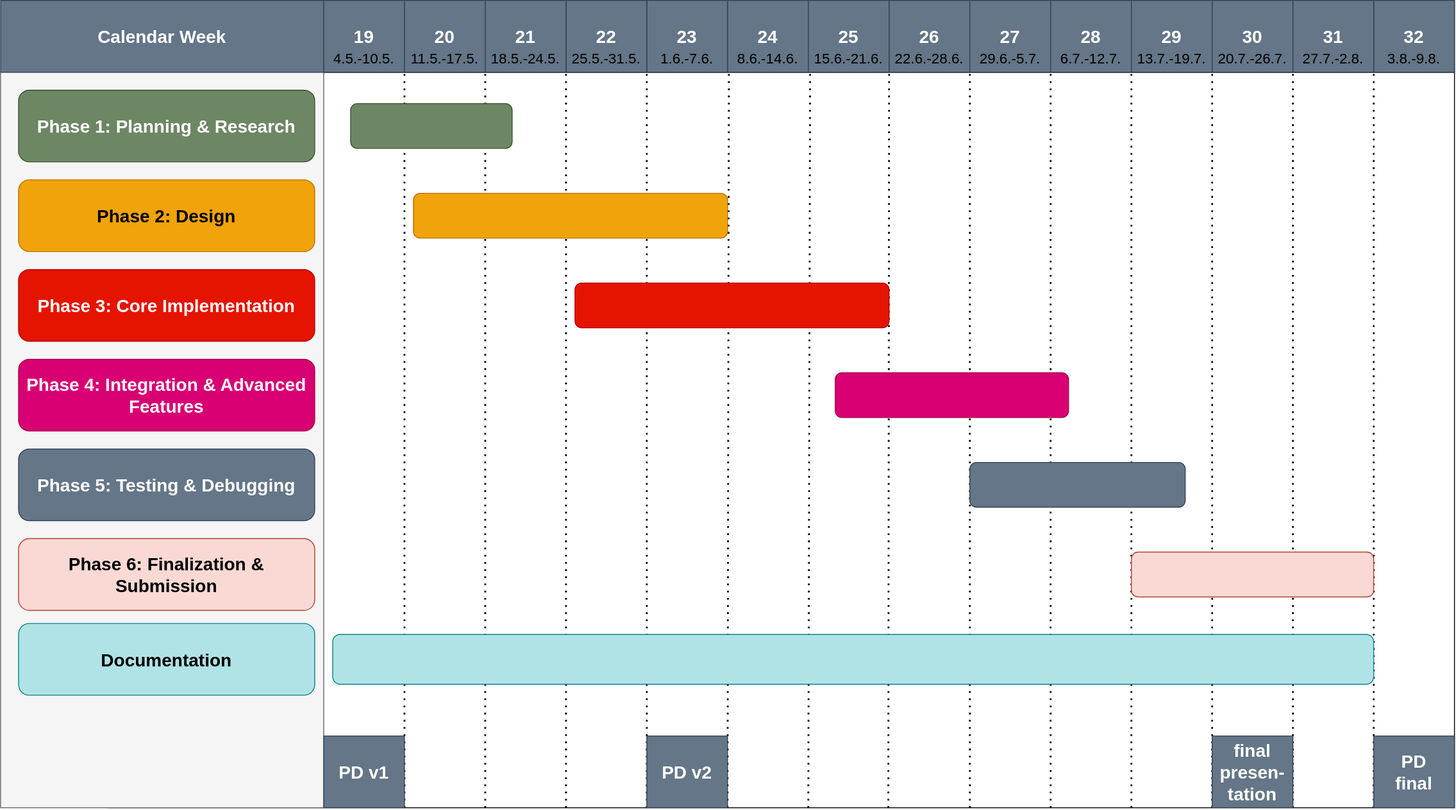
maikeherzog/KP_VIT keeps this draw.io diagram as images/gantt chart.drawio.svg. Above is the earlier version. Source tidied: cells renumbered, new cells last; positions are measured from the earlier drawing's top-left corner, leaving out a move shared by most shapes. Its diagram source:
```xml
<mxGraphModel>
  <root>
    <mxCell id="0" />
    <mxCell id="1" parent="0" />
    <mxCell id="2" style="rounded=0;whiteSpace=wrap;html=1;" parent="1" vertex="1">
      <mxGeometry x="120" y="80" width="1500" height="820" as="geometry" />
    </mxCell>
    <mxCell id="3" style="rounded=0;whiteSpace=wrap;html=1;fillColor=#f5f5f5;fontColor=#333333;strokeColor=#666666;" parent="1" vertex="1">
      <mxGeometry y="80" width="360" height="820" as="geometry" />
    </mxCell>
    <mxCell id="4" style="rounded=0;whiteSpace=wrap;html=1;" parent="1" vertex="1">
      <mxGeometry x="360" width="1260" height="80" as="geometry" />
    </mxCell>
    <mxCell id="5" value="Calendar Week" style="rounded=0;whiteSpace=wrap;html=1;fontStyle=1;fontSize=20;fillColor=#647687;fontColor=#ffffff;strokeColor=#314354;align=center;" parent="1" vertex="1">
      <mxGeometry width="360" height="80" as="geometry" />
    </mxCell>
    <mxCell id="6" value="19" style="rounded=0;whiteSpace=wrap;html=1;fontStyle=1;fontSize=20;fillColor=#647687;fontColor=#ffffff;strokeColor=#314354;" parent="1" vertex="1">
      <mxGeometry x="360" width="90" height="80" as="geometry" />
    </mxCell>
    <mxCell id="7" value="20" style="rounded=0;whiteSpace=wrap;html=1;fontStyle=1;fontSize=20;fillColor=#647687;fontColor=#ffffff;strokeColor=#314354;" parent="1" vertex="1">
      <mxGeometry x="450" width="90" height="80" as="geometry" />
    </mxCell>
    <mxCell id="8" value="26" style="rounded=0;whiteSpace=wrap;html=1;fontStyle=1;fontSize=20;fillColor=#647687;fontColor=#ffffff;strokeColor=#314354;" parent="1" vertex="1">
      <mxGeometry x="990" width="90" height="80" as="geometry" />
    </mxCell>
    <mxCell id="9" value="24" style="rounded=0;whiteSpace=wrap;html=1;fontStyle=1;fontSize=20;fillColor=#647687;fontColor=#ffffff;strokeColor=#314354;" parent="1" vertex="1">
      <mxGeometry x="810" width="90" height="80" as="geometry" />
    </mxCell>
    <mxCell id="10" value="23" style="rounded=0;whiteSpace=wrap;html=1;fontStyle=1;fontSize=20;fillColor=#647687;fontColor=#ffffff;strokeColor=#314354;" parent="1" vertex="1">
      <mxGeometry x="720" width="90" height="80" as="geometry" />
    </mxCell>
    <mxCell id="11" value="22" style="rounded=0;whiteSpace=wrap;html=1;fontStyle=1;fontSize=20;fillColor=#647687;fontColor=#ffffff;strokeColor=#314354;" parent="1" vertex="1">
      <mxGeometry x="630" width="90" height="80" as="geometry" />
    </mxCell>
    <mxCell id="12" value="21" style="rounded=0;whiteSpace=wrap;html=1;fontStyle=1;fontSize=20;fillColor=#647687;fontColor=#ffffff;strokeColor=#314354;" parent="1" vertex="1">
      <mxGeometry x="540" width="90" height="80" as="geometry" />
    </mxCell>
    <mxCell id="13" value="27" style="rounded=0;whiteSpace=wrap;html=1;fontStyle=1;fontSize=20;fillColor=#647687;fontColor=#ffffff;strokeColor=#314354;" parent="1" vertex="1">
      <mxGeometry x="1080" width="90" height="80" as="geometry" />
    </mxCell>
    <mxCell id="14" value="28" style="rounded=0;whiteSpace=wrap;html=1;fontStyle=1;fontSize=20;fillColor=#647687;fontColor=#ffffff;strokeColor=#314354;" parent="1" vertex="1">
      <mxGeometry x="1170" width="90" height="80" as="geometry" />
    </mxCell>
    <mxCell id="15" value="25" style="rounded=0;whiteSpace=wrap;html=1;fontStyle=1;fontSize=20;fillColor=#647687;fontColor=#ffffff;strokeColor=#314354;" parent="1" vertex="1">
      <mxGeometry x="900" width="90" height="80" as="geometry" />
    </mxCell>
    <mxCell id="16" value="29" style="rounded=0;whiteSpace=wrap;html=1;fontStyle=1;fontSize=20;fillColor=#647687;fontColor=#ffffff;strokeColor=#314354;" parent="1" vertex="1">
      <mxGeometry x="1260" width="90" height="80" as="geometry" />
    </mxCell>
    <mxCell id="17" value="30" style="rounded=0;whiteSpace=wrap;html=1;fontStyle=1;fontSize=20;fillColor=#647687;fontColor=#ffffff;strokeColor=#314354;" parent="1" vertex="1">
      <mxGeometry x="1350" width="90" height="80" as="geometry" />
    </mxCell>
    <mxCell id="18" value="32" style="rounded=0;whiteSpace=wrap;html=1;fontStyle=1;fontSize=20;fillColor=#647687;fontColor=#ffffff;strokeColor=#314354;" parent="1" vertex="1">
      <mxGeometry x="1530" width="90" height="80" as="geometry" />
    </mxCell>
    <mxCell id="19" value="31" style="rounded=0;whiteSpace=wrap;html=1;fontStyle=1;fontSize=20;fillColor=#647687;fontColor=#ffffff;strokeColor=#314354;" parent="1" vertex="1">
      <mxGeometry x="1440" width="90" height="80" as="geometry" />
    </mxCell>
    <mxCell id="20" style="endArrow=none;dashed=1;html=1;dashPattern=1 3;strokeWidth=2;rounded=0;entryX=0;entryY=1;entryDx=0;entryDy=0;exitX=0.22;exitY=1;exitDx=0;exitDy=0;exitPerimeter=0;" parent="1" edge="1" source="2" target="7">
      <mxGeometry relative="1" as="geometry" />
    </mxCell>
    <mxCell id="21" style="endArrow=none;dashed=1;html=1;dashPattern=1 3;strokeWidth=2;rounded=0;entryX=0.28;entryY=0;entryDx=0;entryDy=0;exitX=0.22;exitY=1;exitDx=0;exitDy=0;exitPerimeter=0;entryPerimeter=0;" parent="1" edge="1" target="2">
      <mxGeometry relative="1" as="geometry">
        <mxPoint x="540" y="900" as="sourcePoint" />
      </mxGeometry>
    </mxCell>
    <mxCell id="22" style="endArrow=none;dashed=1;html=1;dashPattern=1 3;strokeWidth=2;rounded=0;entryX=0.34;entryY=0.002;entryDx=0;entryDy=0;exitX=0.22;exitY=1;exitDx=0;exitDy=0;exitPerimeter=0;entryPerimeter=0;" parent="1" edge="1" target="2">
      <mxGeometry relative="1" as="geometry">
        <mxPoint x="630" y="900" as="sourcePoint" />
      </mxGeometry>
    </mxCell>
    <mxCell id="23" style="endArrow=none;dashed=1;html=1;dashPattern=1 3;strokeWidth=2;rounded=0;entryX=0.4;entryY=0;entryDx=0;entryDy=0;exitX=0.22;exitY=1;exitDx=0;exitDy=0;exitPerimeter=0;entryPerimeter=0;" parent="1" edge="1" target="2">
      <mxGeometry relative="1" as="geometry">
        <mxPoint x="720" y="900" as="sourcePoint" />
      </mxGeometry>
    </mxCell>
    <mxCell id="24" style="endArrow=none;dashed=1;html=1;dashPattern=1 3;strokeWidth=2;rounded=0;entryX=0.461;entryY=0;entryDx=0;entryDy=0;exitX=0.22;exitY=1;exitDx=0;exitDy=0;exitPerimeter=0;entryPerimeter=0;" parent="1" edge="1" target="2">
      <mxGeometry relative="1" as="geometry">
        <mxPoint x="810" y="900" as="sourcePoint" />
      </mxGeometry>
    </mxCell>
    <mxCell id="25" style="endArrow=none;dashed=1;html=1;dashPattern=1 3;strokeWidth=2;rounded=0;exitX=0.22;exitY=1;exitDx=0;exitDy=0;exitPerimeter=0;" parent="1" edge="1">
      <mxGeometry relative="1" as="geometry">
        <mxPoint x="900" y="900" as="sourcePoint" />
        <mxPoint x="902" y="80" as="targetPoint" />
      </mxGeometry>
    </mxCell>
    <mxCell id="26" style="endArrow=none;dashed=1;html=1;dashPattern=1 3;strokeWidth=2;rounded=0;entryX=0.58;entryY=0;entryDx=0;entryDy=0;exitX=0.22;exitY=1;exitDx=0;exitDy=0;exitPerimeter=0;entryPerimeter=0;" parent="1" edge="1" target="2">
      <mxGeometry relative="1" as="geometry">
        <mxPoint x="989.2" y="900" as="sourcePoint" />
      </mxGeometry>
    </mxCell>
    <mxCell id="27" style="endArrow=none;dashed=1;html=1;dashPattern=1 3;strokeWidth=2;rounded=0;entryX=0.64;entryY=-0.002;entryDx=0;entryDy=0;exitX=0.22;exitY=1;exitDx=0;exitDy=0;exitPerimeter=0;entryPerimeter=0;" parent="1" edge="1" target="2">
      <mxGeometry relative="1" as="geometry">
        <mxPoint x="1080" y="900" as="sourcePoint" />
      </mxGeometry>
    </mxCell>
    <mxCell id="28" style="endArrow=none;dashed=1;html=1;dashPattern=1 3;strokeWidth=2;rounded=0;entryX=0.7;entryY=-0.001;entryDx=0;entryDy=0;exitX=0.22;exitY=1;exitDx=0;exitDy=0;exitPerimeter=0;entryPerimeter=0;" parent="1" edge="1" target="2">
      <mxGeometry relative="1" as="geometry">
        <mxPoint x="1170" y="900" as="sourcePoint" />
      </mxGeometry>
    </mxCell>
    <mxCell id="29" style="endArrow=none;dashed=1;html=1;dashPattern=1 3;strokeWidth=2;rounded=0;entryX=0.76;entryY=-0.001;entryDx=0;entryDy=0;exitX=0.22;exitY=1;exitDx=0;exitDy=0;exitPerimeter=0;entryPerimeter=0;" parent="1" edge="1" target="2">
      <mxGeometry relative="1" as="geometry">
        <mxPoint x="1260" y="900" as="sourcePoint" />
      </mxGeometry>
    </mxCell>
    <mxCell id="30" style="endArrow=none;dashed=1;html=1;dashPattern=1 3;strokeWidth=2;rounded=0;entryX=0.82;entryY=-0.001;entryDx=0;entryDy=0;exitX=0.22;exitY=1;exitDx=0;exitDy=0;exitPerimeter=0;entryPerimeter=0;" parent="1" edge="1" target="2">
      <mxGeometry relative="1" as="geometry">
        <mxPoint x="1350" y="900" as="sourcePoint" />
      </mxGeometry>
    </mxCell>
    <mxCell id="31" style="endArrow=none;dashed=1;html=1;dashPattern=1 3;strokeWidth=2;rounded=0;exitX=0.22;exitY=1;exitDx=0;exitDy=0;exitPerimeter=0;entryX=0.88;entryY=-0.001;entryDx=0;entryDy=0;entryPerimeter=0;" parent="1" edge="1" target="2">
      <mxGeometry relative="1" as="geometry">
        <mxPoint x="1440" y="900" as="sourcePoint" />
      </mxGeometry>
    </mxCell>
    <mxCell id="32" style="endArrow=none;dashed=1;html=1;dashPattern=1 3;strokeWidth=2;rounded=0;entryX=0.94;entryY=0;entryDx=0;entryDy=0;exitX=0.22;exitY=1;exitDx=0;exitDy=0;exitPerimeter=0;entryPerimeter=0;" parent="1" edge="1" target="2">
      <mxGeometry relative="1" as="geometry">
        <mxPoint x="1530" y="900" as="sourcePoint" />
      </mxGeometry>
    </mxCell>
    <mxCell id="33" value="Phase 1: Planning &amp;amp; Research" style="rounded=1;whiteSpace=wrap;html=1;fontSize=20;fontStyle=1;fillColor=light-dark(#6D8764,#2B6A2B);strokeColor=#3A5431;fontColor=light-dark(#FFFFFF,#FFFFFF);" parent="1" vertex="1">
      <mxGeometry x="20" y="100" width="330" height="80" as="geometry" />
    </mxCell>
    <mxCell id="34" style="rounded=1;whiteSpace=wrap;html=1;fontSize=20;fontStyle=1;fillColor=light-dark(#6D8764,#2B6A2B);strokeColor=#3A5431;fontColor=light-dark(#FFFFFF,#FFFFFF);" parent="1" vertex="1">
      <mxGeometry x="390" y="115" width="180" height="50" as="geometry" />
    </mxCell>
    <mxCell id="35" value="Phase 2: Design" style="rounded=1;whiteSpace=wrap;html=1;fontSize=20;fontStyle=1;fillColor=#f0a30a;strokeColor=light-dark(#BD7000,#FFBE63);fontColor=#000000;" parent="1" vertex="1">
      <mxGeometry x="20" y="200" width="330" height="80" as="geometry" />
    </mxCell>
    <mxCell id="36" style="rounded=1;whiteSpace=wrap;html=1;fontSize=20;fontStyle=1;fillColor=#f0a30a;strokeColor=light-dark(#BD7000,#FFBE63);fontColor=#000000;" parent="1" vertex="1">
      <mxGeometry x="460" y="215" width="350" height="50" as="geometry" />
    </mxCell>
    <mxCell id="37" value="Phase 3: Core Implementation" style="rounded=1;whiteSpace=wrap;html=1;fontSize=20;fontStyle=1;fillColor=light-dark(#E51400,#B93D3D);strokeColor=#B20000;fontColor=light-dark(#FFFFFF,#FFFFFF);" parent="1" vertex="1">
      <mxGeometry x="20" y="300" width="330" height="80" as="geometry" />
    </mxCell>
    <mxCell id="38" style="rounded=1;whiteSpace=wrap;html=1;fontSize=20;fontStyle=1;fillColor=light-dark(#E51400,#B93D3D);strokeColor=#B20000;fontColor=light-dark(#FFFFFF,#FFFFFF);" parent="1" vertex="1">
      <mxGeometry x="640" y="315" width="350" height="50" as="geometry" />
    </mxCell>
    <mxCell id="39" value="Phase 4: Integration &amp;amp; Advanced Features" style="rounded=1;whiteSpace=wrap;html=1;fontSize=20;fontStyle=1;fillColor=#d80073;strokeColor=#A50040;fontColor=#ffffff;" parent="1" vertex="1">
      <mxGeometry x="20" y="400" width="330" height="80" as="geometry" />
    </mxCell>
    <mxCell id="40" style="rounded=1;whiteSpace=wrap;html=1;fontSize=20;fontStyle=1;fillColor=#d80073;strokeColor=#A50040;fontColor=#ffffff;" parent="1" vertex="1">
      <mxGeometry x="930" y="415" width="260" height="50" as="geometry" />
    </mxCell>
    <mxCell id="41" value="Phase 5: Testing &amp;amp; Debugging" style="rounded=1;whiteSpace=wrap;html=1;fontSize=20;fontStyle=1;fillColor=light-dark(#647687,#4F5961);strokeColor=#314354;fontColor=light-dark(#FFFFFF,#FFFFFF);" parent="1" vertex="1">
      <mxGeometry x="20" y="500" width="330" height="80" as="geometry" />
    </mxCell>
    <mxCell id="42" style="rounded=1;whiteSpace=wrap;html=1;fontSize=20;fontStyle=1;fillColor=light-dark(#647687,#4F5961);strokeColor=#314354;fontColor=light-dark(#FFFFFF,#FFFFFF);" parent="1" vertex="1">
      <mxGeometry x="1080" y="515" width="240" height="50" as="geometry" />
    </mxCell>
    <mxCell id="43" value="Phase 6: Finalization &amp;amp; Submission" style="rounded=1;whiteSpace=wrap;html=1;fontSize=20;fontStyle=1;fillColor=light-dark(#FAD9D5,#7E29AF);strokeColor=light-dark(#AE4132,#CD91FF);" parent="1" vertex="1">
      <mxGeometry x="20" y="600" width="330" height="80" as="geometry" />
    </mxCell>
    <mxCell id="44" style="rounded=1;whiteSpace=wrap;html=1;fontSize=20;fontStyle=1;fillColor=light-dark(#FAD9D5,#7E29AF);strokeColor=light-dark(#AE4132,#CD91FF);" parent="1" vertex="1">
      <mxGeometry x="1260" y="615" width="270" height="50" as="geometry" />
    </mxCell>
    <mxCell id="45" value="Documentation" style="rounded=1;whiteSpace=wrap;html=1;fontSize=20;fontStyle=1;fillColor=light-dark(#B0E3E6,#004141);strokeColor=#0e8088;" parent="1" vertex="1">
      <mxGeometry x="20" y="694.5" width="330" height="80" as="geometry" />
    </mxCell>
    <mxCell id="46" style="rounded=1;whiteSpace=wrap;html=1;fontSize=20;fontStyle=1;fillColor=light-dark(#B0E3E6,#004141);strokeColor=#0e8088;" parent="1" vertex="1">
      <mxGeometry x="370" y="706.8" width="1160" height="55.5" as="geometry" />
    </mxCell>
    <mxCell id="47" value="PD v1" style="rounded=0;whiteSpace=wrap;html=1;fontStyle=1;fontSize=20;fillColor=#647687;fontColor=#ffffff;strokeColor=#314354;" parent="1" vertex="1">
      <mxGeometry x="360" y="820" width="90" height="80" as="geometry" />
    </mxCell>
    <mxCell id="48" value="PD v2" style="rounded=0;whiteSpace=wrap;html=1;fontStyle=1;fontSize=20;fillColor=#647687;fontColor=#ffffff;strokeColor=#314354;" parent="1" vertex="1">
      <mxGeometry x="720" y="820" width="90" height="80" as="geometry" />
    </mxCell>
    <mxCell id="49" value="PD&lt;div&gt;final&lt;/div&gt;" style="rounded=0;whiteSpace=wrap;html=1;fontStyle=1;fontSize=20;fillColor=#647687;fontColor=#ffffff;strokeColor=#314354;" parent="1" vertex="1">
      <mxGeometry x="1530" y="820" width="90" height="80" as="geometry" />
    </mxCell>
    <mxCell id="50" value="final presen-&lt;div&gt;tation&lt;/div&gt;" style="rounded=0;whiteSpace=wrap;html=1;fontStyle=1;fontSize=20;fillColor=#647687;fontColor=#ffffff;strokeColor=#314354;" parent="1" vertex="1">
      <mxGeometry x="1350" y="820" width="90" height="80" as="geometry" />
    </mxCell>
    <mxCell id="51" value="4.5.-10.5." style="text;html=1;whiteSpace=wrap;strokeColor=none;fillColor=none;align=center;verticalAlign=middle;rounded=0;fontSize=16;" parent="1" vertex="1">
      <mxGeometry x="370" y="50" width="70" height="30" as="geometry" />
    </mxCell>
    <mxCell id="52" value="11.5.-17.5." style="text;html=1;whiteSpace=wrap;strokeColor=none;fillColor=none;align=center;verticalAlign=middle;rounded=0;fontSize=16;" parent="1" vertex="1">
      <mxGeometry x="460" y="50" width="70" height="30" as="geometry" />
    </mxCell>
    <mxCell id="53" value="18.5.-24.5." style="text;html=1;whiteSpace=wrap;strokeColor=none;fillColor=none;align=center;verticalAlign=middle;rounded=0;fontSize=16;" parent="1" vertex="1">
      <mxGeometry x="550" y="50" width="70" height="30" as="geometry" />
    </mxCell>
    <mxCell id="54" value="25.5.-31.5." style="text;html=1;whiteSpace=wrap;strokeColor=none;fillColor=none;align=center;verticalAlign=middle;rounded=0;fontSize=16;" parent="1" vertex="1">
      <mxGeometry x="640" y="50" width="70" height="30" as="geometry" />
    </mxCell>
    <mxCell id="55" value="1.6.-7.6." style="text;html=1;whiteSpace=wrap;strokeColor=none;fillColor=none;align=center;verticalAlign=middle;rounded=0;fontSize=16;" parent="1" vertex="1">
      <mxGeometry x="730" y="50" width="70" height="30" as="geometry" />
    </mxCell>
    <mxCell id="56" value="8.6.-14.6." style="text;html=1;whiteSpace=wrap;strokeColor=none;fillColor=none;align=center;verticalAlign=middle;rounded=0;fontSize=16;" parent="1" vertex="1">
      <mxGeometry x="820" y="50" width="70" height="30" as="geometry" />
    </mxCell>
    <mxCell id="57" value="15.6.-21.6." style="text;html=1;whiteSpace=wrap;strokeColor=none;fillColor=none;align=center;verticalAlign=middle;rounded=0;fontSize=16;" parent="1" vertex="1">
      <mxGeometry x="910" y="50" width="70" height="30" as="geometry" />
    </mxCell>
    <mxCell id="58" value="22.6.-28.6." style="text;html=1;whiteSpace=wrap;strokeColor=none;fillColor=none;align=center;verticalAlign=middle;rounded=0;fontSize=16;" parent="1" vertex="1">
      <mxGeometry x="1000" y="50" width="70" height="30" as="geometry" />
    </mxCell>
    <mxCell id="59" value="29.6.-5.7." style="text;html=1;whiteSpace=wrap;strokeColor=none;fillColor=none;align=center;verticalAlign=middle;rounded=0;fontSize=16;" parent="1" vertex="1">
      <mxGeometry x="1090" y="50" width="70" height="30" as="geometry" />
    </mxCell>
    <mxCell id="60" value="6.7.-12.7." style="text;html=1;whiteSpace=wrap;strokeColor=none;fillColor=none;align=center;verticalAlign=middle;rounded=0;fontSize=16;" parent="1" vertex="1">
      <mxGeometry x="1180" y="50" width="70" height="30" as="geometry" />
    </mxCell>
    <mxCell id="61" value="13.7.-19.7." style="text;html=1;whiteSpace=wrap;strokeColor=none;fillColor=none;align=center;verticalAlign=middle;rounded=0;fontSize=16;" parent="1" vertex="1">
      <mxGeometry x="1270" y="50" width="70" height="30" as="geometry" />
    </mxCell>
    <mxCell id="62" value="20.7.-26.7." style="text;html=1;whiteSpace=wrap;strokeColor=none;fillColor=none;align=center;verticalAlign=middle;rounded=0;fontSize=16;" parent="1" vertex="1">
      <mxGeometry x="1360" y="50" width="70" height="30" as="geometry" />
    </mxCell>
    <mxCell id="63" value="27.7.-2.8." style="text;html=1;whiteSpace=wrap;strokeColor=none;fillColor=none;align=center;verticalAlign=middle;rounded=0;fontSize=16;" parent="1" vertex="1">
      <mxGeometry x="1450" y="50" width="70" height="30" as="geometry" />
    </mxCell>
    <mxCell id="64" value="3.8.-9.8." style="text;html=1;whiteSpace=wrap;strokeColor=none;fillColor=none;align=center;verticalAlign=middle;rounded=0;fontSize=16;" parent="1" vertex="1">
      <mxGeometry x="1540" y="50" width="70" height="30" as="geometry" />
    </mxCell>
  </root>
</mxGraphModel>
```
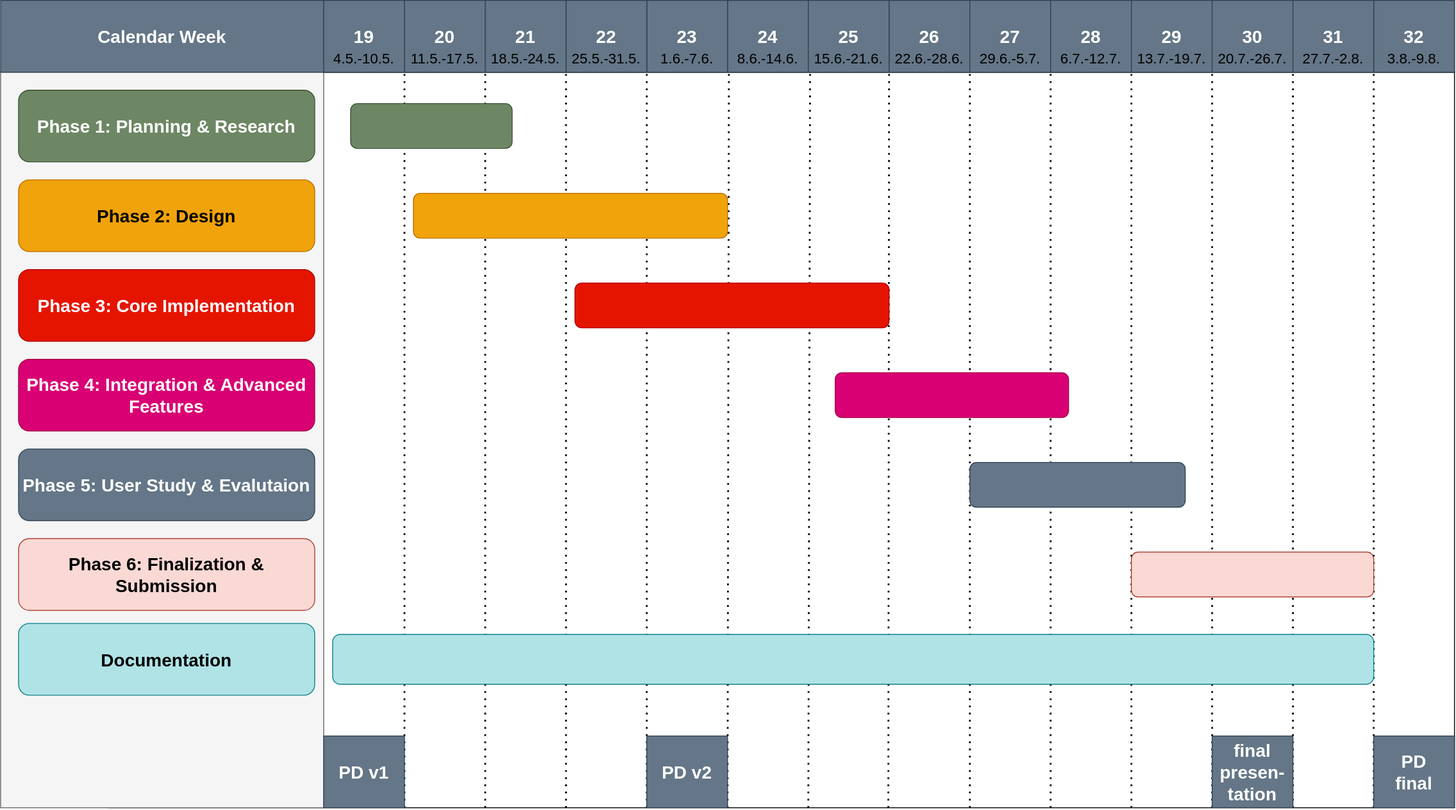
After the change.

Commit message:
update schedule chart

What changed in the source:
```diff
@@ -144,7 +144,7 @@
     <mxCell id="40" style="rounded=1;whiteSpace=wrap;html=1;fontSize=20;fontStyle=1;fillColor=#d80073;strokeColor=#A50040;fontColor=#ffffff;" parent="1" vertex="1">
       <mxGeometry x="930" y="415" width="260" height="50" as="geometry" />
     </mxCell>
-    <mxCell id="41" value="Phase 5: Testing &amp;amp; Debugging" style="rounded=1;whiteSpace=wrap;html=1;fontSize=20;fontStyle=1;fillColor=light-dark(#647687,#4F5961);strokeColor=#314354;fontColor=light-dark(#FFFFFF,#FFFFFF);" parent="1" vertex="1">
+    <mxCell id="41" value="Phase 5: User Study &amp;amp; Evalutaion" style="rounded=1;whiteSpace=wrap;html=1;fontSize=20;fontStyle=1;fillColor=light-dark(#647687,#4F5961);strokeColor=#314354;fontColor=light-dark(#FFFFFF,#FFFFFF);" parent="1" vertex="1">
       <mxGeometry x="20" y="500" width="330" height="80" as="geometry" />
     </mxCell>
     <mxCell id="42" style="rounded=1;whiteSpace=wrap;html=1;fontSize=20;fontStyle=1;fillColor=light-dark(#647687,#4F5961);strokeColor=#314354;fontColor=light-dark(#FFFFFF,#FFFFFF);" parent="1" vertex="1">
```
